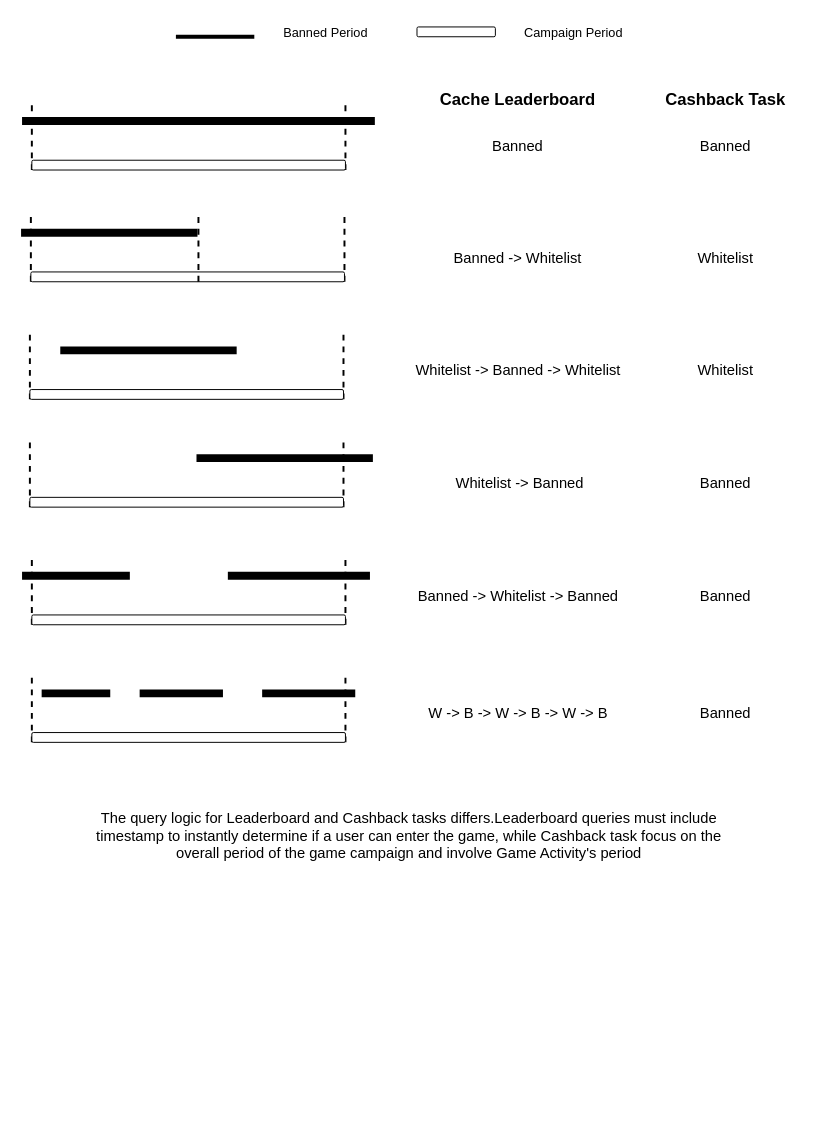
The draw.io diagram game_blacklist_cover.drawio in EricLuoisme/own-diagrams-draw-io, before the edit. Source tidied: cells renumbered, new cells numbered last; positions are measured from the earlier drawing's top-left corner, leaving out a move shared by most shapes. Both pictures are drawn from the tidied source at 98%, with x=0, y=0 at pixel (21, 17).
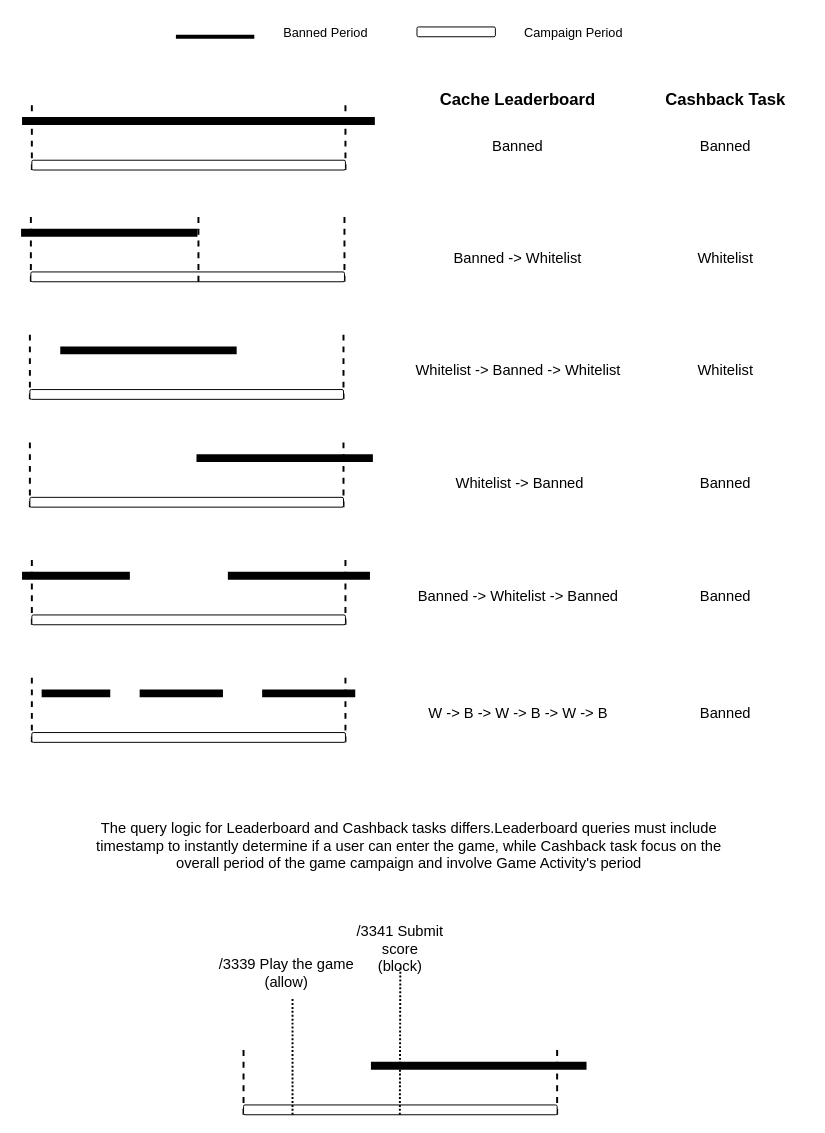
The same page after the edit.

Diff of the diagram source:
```diff
@@
     <mxCell id="47" value="The query logic for Leaderboard and Cashback tasks differs.Leaderboard queries must include timestamp to instantly determine if a user can enter the game, while Cashback task focus on the overall period of the game campaign and involve Game Activity's period " style="text;strokeColor=none;align=center;fillColor=none;html=1;verticalAlign=middle;whiteSpace=wrap;rounded=0;fontSize=15;" parent="1" vertex="1">
-      <mxGeometry x="71" y="790" width="650" height="90" as="geometry" />
+      <mxGeometry x="71" y="800" width="650" height="90" as="geometry" />
     </mxCell>
@@
+    <mxCell id="49" style="endArrow=none;html=1;rounded=0;strokeWidth=8;" parent="1" edge="1">
+      <mxGeometry relative="1" as="geometry">
+        <mxPoint x="357" y="1070" as="sourcePoint" />
+        <mxPoint x="577" y="1070" as="targetPoint" />
+      </mxGeometry>
+    </mxCell>
+    <mxCell id="50" style="endArrow=none;html=1;rounded=0;dashed=1;strokeWidth=2;" parent="1" edge="1">
+      <mxGeometry relative="1" as="geometry">
+        <mxPoint x="227" y="1120" as="sourcePoint" />
+        <mxPoint x="227" y="1050" as="targetPoint" />
+      </mxGeometry>
+    </mxCell>
+    <mxCell id="51" style="endArrow=none;html=1;rounded=0;dashed=1;strokeWidth=2;" parent="1" edge="1">
+      <mxGeometry relative="1" as="geometry">
+        <mxPoint x="547" y="1120" as="sourcePoint" />
+        <mxPoint x="547" y="1050" as="targetPoint" />
+      </mxGeometry>
+    </mxCell>
+    <mxCell id="52" style="rounded=1;whiteSpace=wrap;html=1;" parent="1" vertex="1">
+      <mxGeometry x="227" y="1110" width="320" height="10" as="geometry" />
+    </mxCell>
+    <mxCell id="53" style="endArrow=none;html=1;rounded=0;dashed=1;strokeWidth=2;dashPattern=1 1;" parent="1" edge="1">
+      <mxGeometry relative="1" as="geometry">
+        <mxPoint x="277" y="1120" as="sourcePoint" />
+        <mxPoint x="277" y="1000" as="targetPoint" />
+      </mxGeometry>
+    </mxCell>
+    <mxCell id="54" style="endArrow=none;html=1;rounded=0;dashed=1;strokeWidth=2;dashPattern=1 1;entryX=0.5;entryY=1;entryDx=0;entryDy=0;" parent="1" edge="1" target="56">
+      <mxGeometry relative="1" as="geometry">
+        <mxPoint x="386.5" y="1120" as="sourcePoint" />
+      </mxGeometry>
+    </mxCell>
+    <mxCell id="55" value="&lt;div&gt;&lt;font style=&quot;font-size: 15px;&quot;&gt;/3339 Play the game&lt;/font&gt;&lt;/div&gt;&lt;div&gt;&lt;font style=&quot;font-size: 15px;&quot;&gt;(allow)&lt;/font&gt;&lt;/div&gt;" style="text;strokeColor=none;align=center;fillColor=none;html=1;verticalAlign=middle;whiteSpace=wrap;rounded=0;" parent="1" vertex="1">
+      <mxGeometry x="191" y="960" width="160" height="30" as="geometry" />
+    </mxCell>
+    <mxCell id="56" value="&lt;div&gt;&lt;font style=&quot;font-size: 15px;&quot;&gt;/3341 Submit score&lt;br&gt;&lt;/font&gt;&lt;/div&gt;&lt;div&gt;&lt;font style=&quot;font-size: 15px;&quot;&gt;(block)&lt;/font&gt;&lt;/div&gt;" style="text;strokeColor=none;align=center;fillColor=none;html=1;verticalAlign=middle;whiteSpace=wrap;rounded=0;" parent="1" vertex="1">
+      <mxGeometry x="322" y="930" width="130" height="40" as="geometry" />
+    </mxCell>
```
